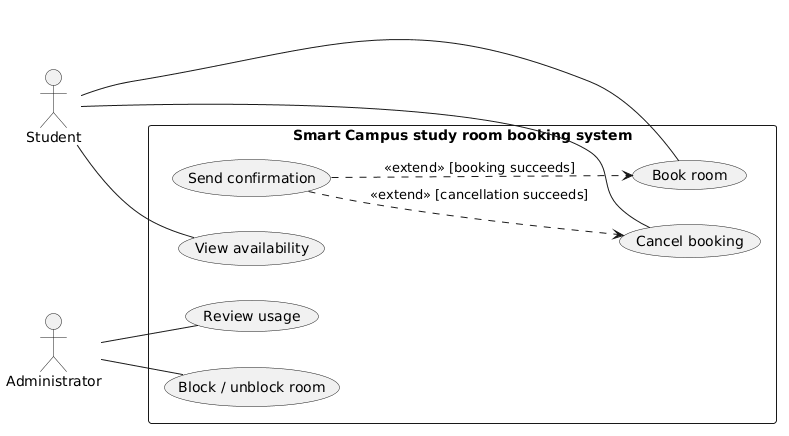
This is week-04/models/img/use-case.png from Orazbayvs/se-practice, a PlantUML export, as it was before one commit.
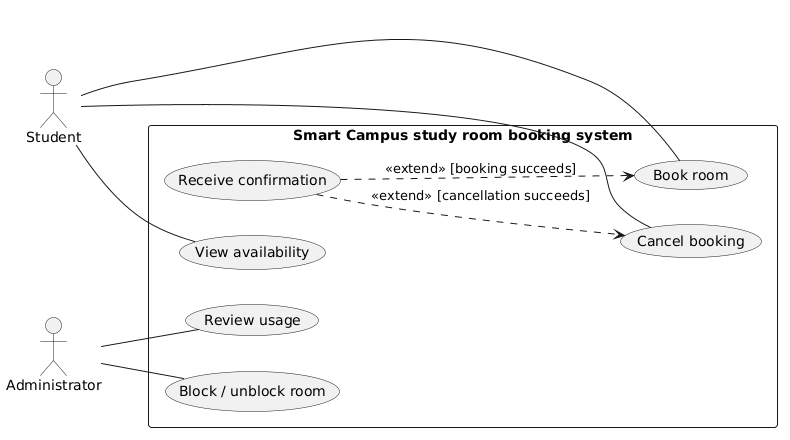
The same file after the commit.

The edit, as a diff of the source:
```diff
@@ -8,13 +8,13 @@
   usecase "Cancel booking" as CancelBooking
   usecase "Block / unblock room" as BlockRoom
   usecase "Review usage" as ReviewUsage
-  usecase "Send confirmation" as SendConfirmation
+  usecase "Receive confirmation" as ReceiveConfirmation
 }
 Student -- ViewAvailability
 Student -- BookRoom
 Student -- CancelBooking
 Administrator -- BlockRoom
 Administrator -- ReviewUsage
-SendConfirmation ..> BookRoom : <<extend>> [booking succeeds]
-SendConfirmation ..> CancelBooking : <<extend>> [cancellation succeeds]
+ReceiveConfirmation ..> BookRoom : <<extend>> [booking succeeds]
+ReceiveConfirmation ..> CancelBooking : <<extend>> [cancellation succeeds]
 @enduml
```
